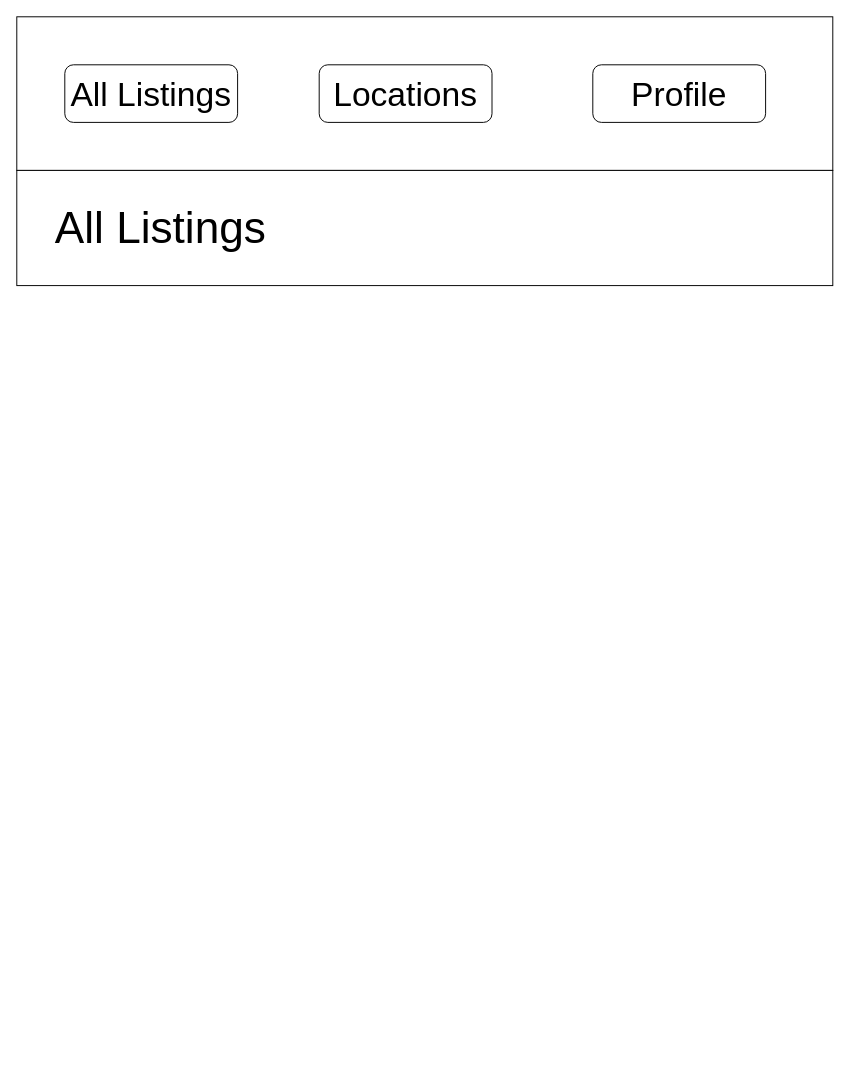
Above: page "Profile" (5 of 8) of Untitled Diagram.drawio in XpertBotTeam/smartpropertyweb_frontend (draw.io), before the change. Source tidied: cells renumbered, new cells numbered last; positions are measured from the earlier drawing's top-left corner, leaving out a move shared by most shapes. Both pictures are drawn from the tidied source at 96%, with x=0, y=0 at pixel (16, 16).
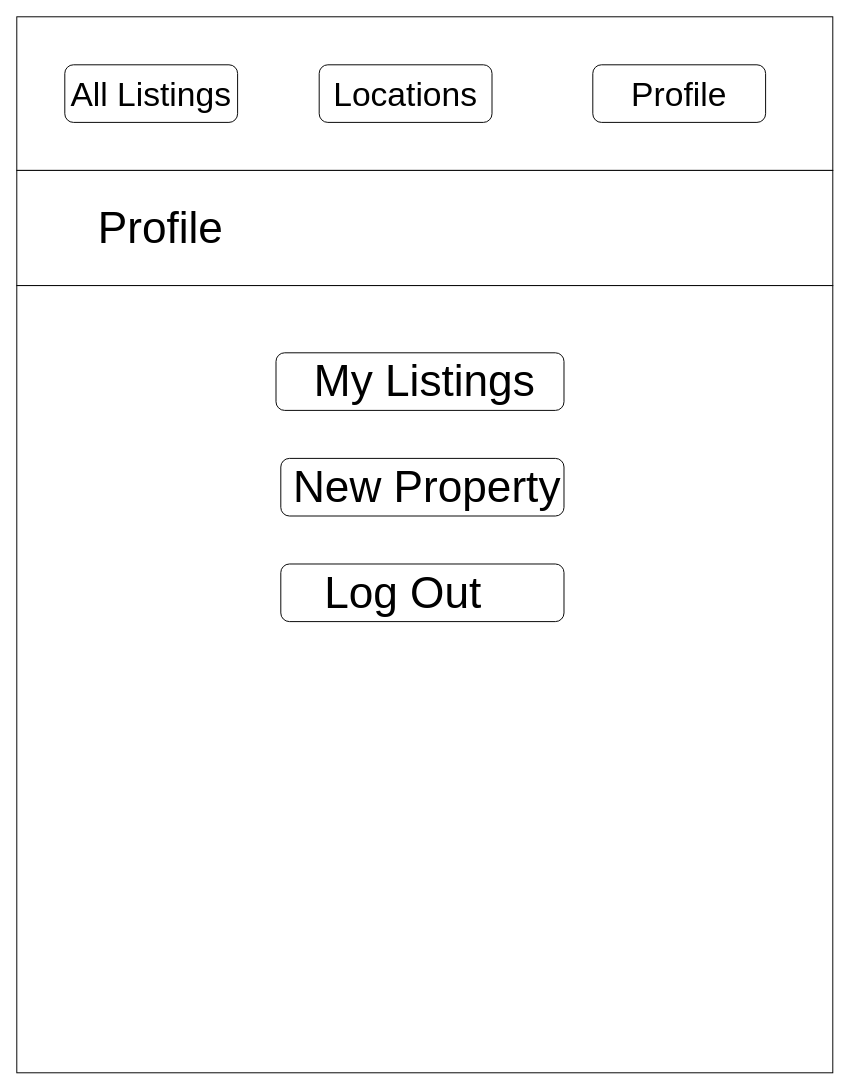
The same diagram, later.

Diff of the diagram source:
```diff
@@
 <mxGraphModel>
   <root>
     <mxCell id="0" />
     <mxCell id="1" parent="0" />
     <mxCell id="2" style="rounded=0;whiteSpace=wrap;html=1;" parent="1" vertex="1">
       <mxGeometry width="850" height="160" as="geometry" />
     </mxCell>
     <mxCell id="3" style="rounded=1;whiteSpace=wrap;html=1;" parent="1" vertex="1">
       <mxGeometry x="50" y="50" width="180" height="60" as="geometry" />
     </mxCell>
     <mxCell id="4" style="rounded=1;whiteSpace=wrap;html=1;" parent="1" vertex="1">
       <mxGeometry x="315" y="50" width="180" height="60" as="geometry" />
     </mxCell>
     <mxCell id="5" style="rounded=1;whiteSpace=wrap;html=1;" parent="1" vertex="1">
       <mxGeometry x="600" y="50" width="180" height="60" as="geometry" />
     </mxCell>
     <mxCell id="6" value="&lt;font style=&quot;font-size: 35px;&quot;&gt;All Listings&lt;/font&gt;" style="text;html=1;strokeColor=none;fillColor=none;align=center;verticalAlign=middle;whiteSpace=wrap;rounded=0;" parent="1" vertex="1">
       <mxGeometry x="50" y="65" width="180" height="30" as="geometry" />
     </mxCell>
     <mxCell id="7" value="&lt;font style=&quot;font-size: 35px;&quot;&gt;Locations&lt;/font&gt;" style="text;html=1;strokeColor=none;fillColor=none;align=center;verticalAlign=middle;whiteSpace=wrap;rounded=0;" parent="1" vertex="1">
       <mxGeometry x="315" y="65" width="180" height="30" as="geometry" />
     </mxCell>
     <mxCell id="8" value="&lt;font style=&quot;font-size: 35px;&quot;&gt;Profile&lt;/font&gt;" style="text;html=1;strokeColor=none;fillColor=none;align=center;verticalAlign=middle;whiteSpace=wrap;rounded=0;" parent="1" vertex="1">
       <mxGeometry x="600" y="65" width="180" height="30" as="geometry" />
     </mxCell>
     <mxCell id="9" style="rounded=0;whiteSpace=wrap;html=1;" parent="1" vertex="1">
       <mxGeometry y="160" width="850" height="120" as="geometry" />
     </mxCell>
-    <mxCell id="10" value="&lt;font style=&quot;font-size: 46px;&quot;&gt;All Listings&lt;/font&gt;" style="text;html=1;strokeColor=none;fillColor=none;align=center;verticalAlign=middle;whiteSpace=wrap;rounded=0;" parent="1" vertex="1">
+    <mxCell id="10" value="&lt;font style=&quot;font-size: 46px;&quot;&gt;Profile&lt;/font&gt;" style="text;html=1;strokeColor=none;fillColor=none;align=center;verticalAlign=middle;whiteSpace=wrap;rounded=0;" parent="1" vertex="1">
       <mxGeometry x="10" y="205" width="280" height="30" as="geometry" />
     </mxCell>
+    <mxCell id="11" style="rounded=0;whiteSpace=wrap;html=1;" parent="1" vertex="1">
+      <mxGeometry y="280" width="850" height="820" as="geometry" />
+    </mxCell>
+    <mxCell id="12" style="rounded=1;whiteSpace=wrap;html=1;" parent="1" vertex="1">
+      <mxGeometry x="270" y="350" width="300" height="60" as="geometry" />
+    </mxCell>
+    <mxCell id="13" style="rounded=1;whiteSpace=wrap;html=1;" parent="1" vertex="1">
+      <mxGeometry x="275" y="460" width="295" height="60" as="geometry" />
+    </mxCell>
+    <mxCell id="14" style="rounded=1;whiteSpace=wrap;html=1;" parent="1" vertex="1">
+      <mxGeometry x="275" y="570" width="295" height="60" as="geometry" />
+    </mxCell>
+    <mxCell id="15" value="&lt;font style=&quot;font-size: 46px;&quot;&gt;My Listings&lt;/font&gt;" style="text;html=1;strokeColor=none;fillColor=none;align=center;verticalAlign=middle;whiteSpace=wrap;rounded=0;" parent="1" vertex="1">
+      <mxGeometry x="305" y="365" width="240" height="30" as="geometry" />
+    </mxCell>
+    <mxCell id="16" value="&lt;span style=&quot;font-size: 46px;&quot;&gt;New Property&lt;/span&gt;" style="text;html=1;strokeColor=none;fillColor=none;align=center;verticalAlign=middle;whiteSpace=wrap;rounded=0;" parent="1" vertex="1">
+      <mxGeometry x="285" y="475" width="285" height="30" as="geometry" />
+    </mxCell>
+    <mxCell id="17" value="&lt;font style=&quot;font-size: 46px;&quot;&gt;Log Out&lt;/font&gt;" style="text;html=1;strokeColor=none;fillColor=none;align=center;verticalAlign=middle;whiteSpace=wrap;rounded=0;" parent="1" vertex="1">
+      <mxGeometry x="285" y="585" width="235" height="30" as="geometry" />
+    </mxCell>
   </root>
 </mxGraphModel>
```
